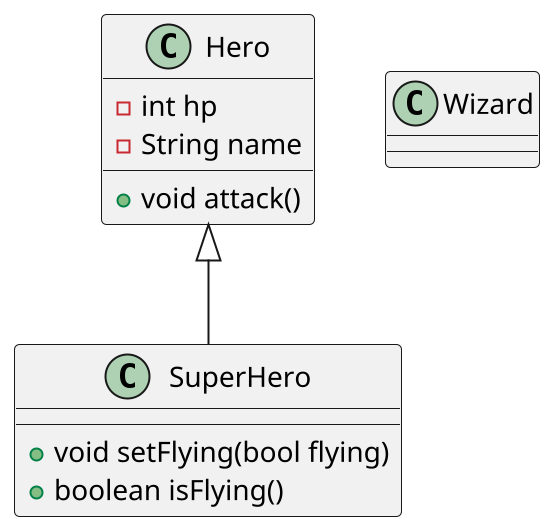
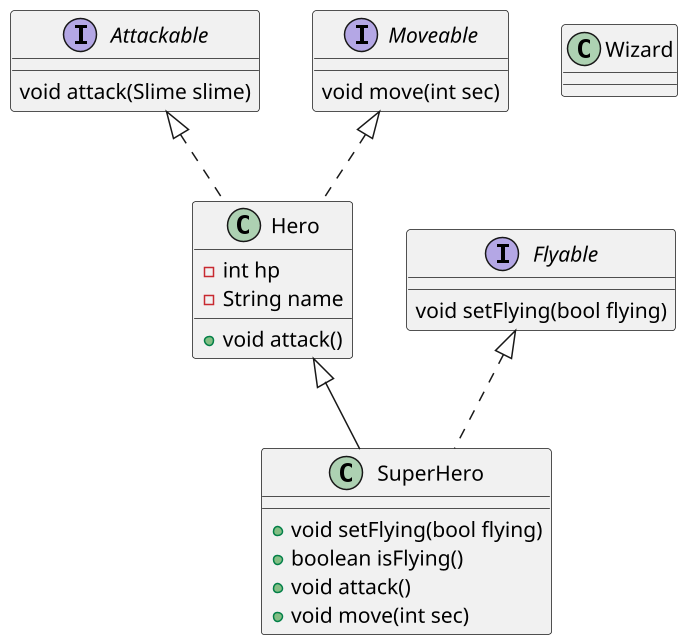
@startuml
- scale 2
+ scale 1.5

- class SuperHero extends Hero {
+ class SuperHero extends Hero implements Flyable {
    +void setFlying(bool flying)
    +boolean isFlying()
+     +void attack()
+     +void move(int sec)
}

- class Hero {
+ class Hero implements Attackable, Moveable {
    -int hp
    -String name

    +void attack()
}

class Wizard

+ interface Attackable {
+     void attack(Slime slime)
+ }
+ 
+ interface Moveable {
+     void move(int sec)
+ }
+ 
+ interface Flyable {
+     void setFlying(bool flying)
+ }
+ 
@enduml